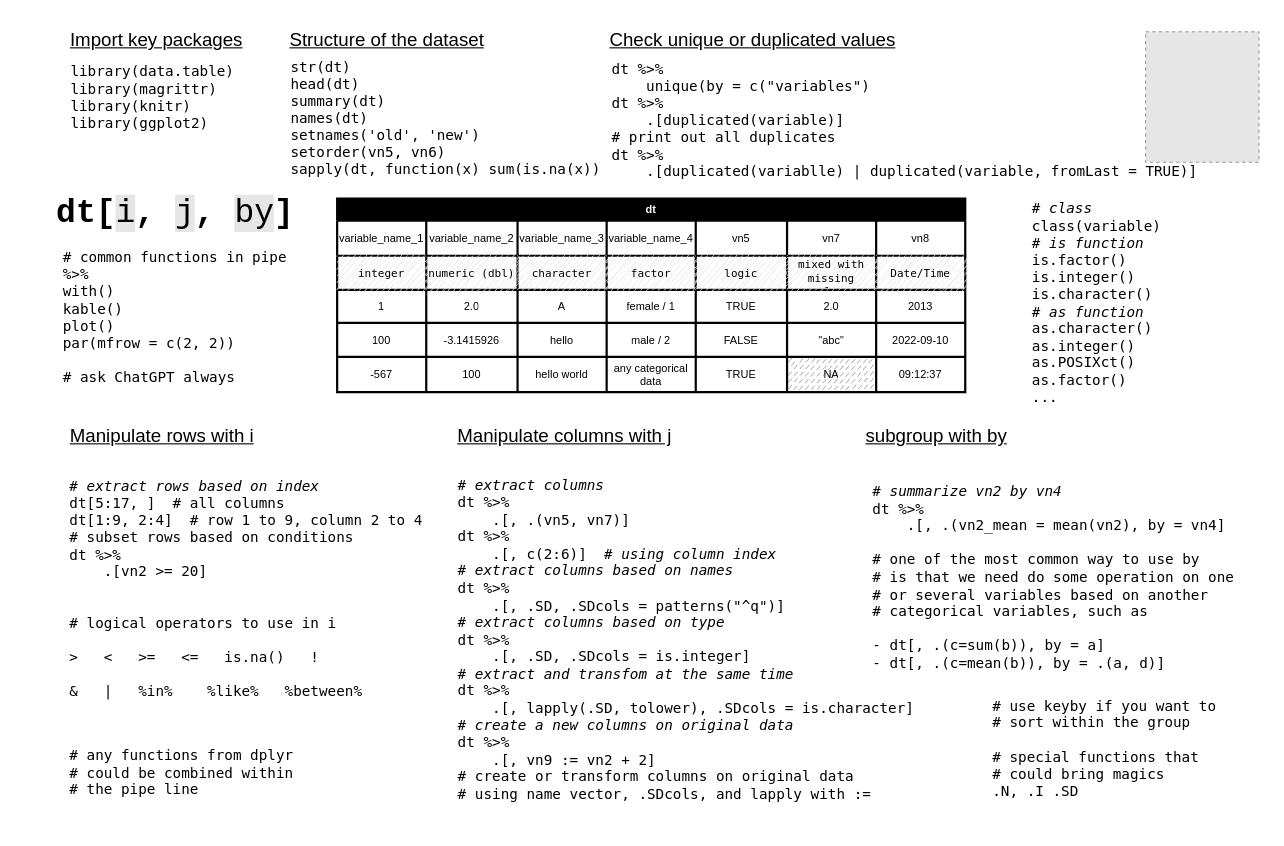
Earlier version of the draw.io diagram page "Page-2" (2 of 2) of drawio/R-data-table-illustration.drawio (oceanumeric/data-science-go-small). Source tidied: cells renumbered, new cells numbered last; positions are measured from the earlier drawing's top-left corner, leaving out a move shared by most shapes. Both pictures are drawn from the tidied source at 110%, with x=0, y=0 at pixel (19, 19). Pictures stored in the file or linked from it are replaced by grey dashed boxes.
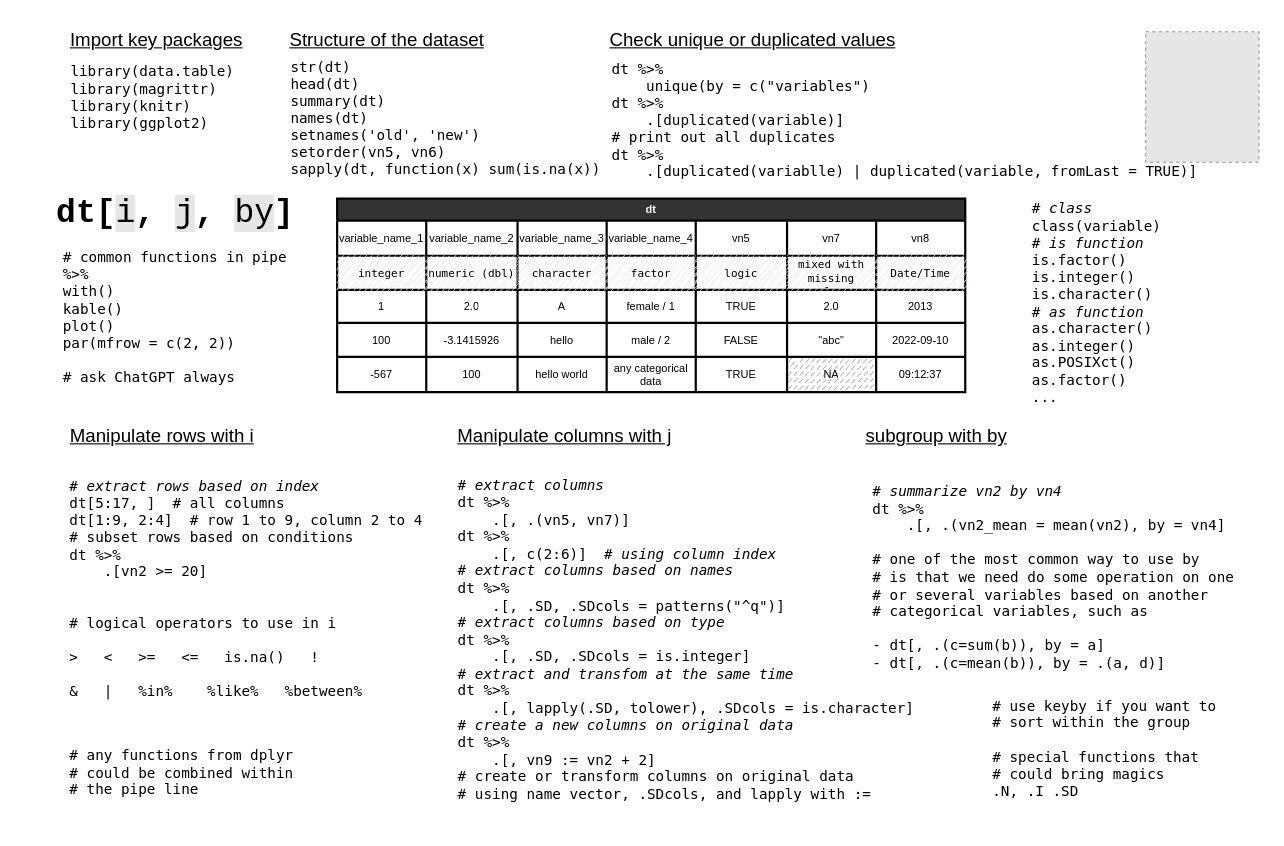
Above is the later version.

Change to the diagram source:
```diff
@@
-    <mxCell id="3" value="dt" style="shape=table;startSize=20;childLayout=tableLayout;fontStyle=1;align=center;fillStyle=auto;gradientColor=none;fillColor=#000000;swimlaneLine=1;strokeColor=#000000;fontSize=10;fontColor=#FFFFFF;strokeWidth=2;" parent="1" vertex="1">
+    <mxCell id="3" value="dt" style="shape=table;startSize=20;childLayout=tableLayout;fontStyle=1;align=center;fillStyle=auto;gradientColor=none;fillColor=#333333;swimlaneLine=1;strokeColor=#000000;fontSize=10;fontColor=#FFFFFF;strokeWidth=2;" parent="1" vertex="1">
       <mxGeometry x="289" y="163" width="571" height="176" as="geometry" />
     </mxCell>
```
